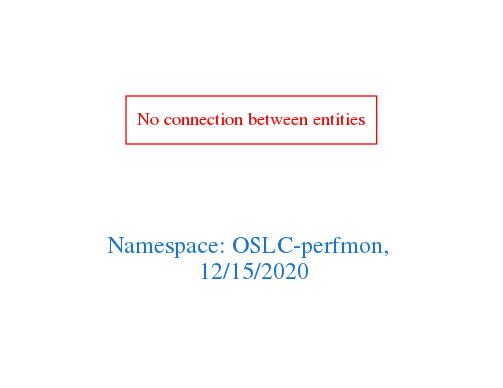
The Graphviz diagram downloads/OSLC-perfmon.png in arago/OGIT, before a commit. Its source is kept beside it as downloads/OSLC-perfmon.dot.
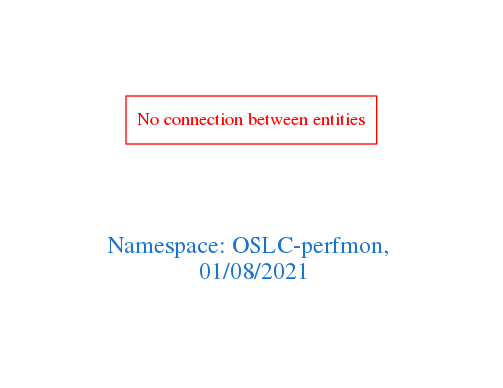
After the change.

What changed in the source:
```diff
@@ -1,7 +1,7 @@
 digraph OGIT_ontology {
  graph [ rankdir= LR,pad=1
 fontsize = 18,
-fontcolor= dodgerblue3,label = "\n\n\nNamespace: OSLC-perfmon, \n 12/15/2020"];
+fontcolor= dodgerblue3,label = "\n\n\nNamespace: OSLC-perfmon, \n 01/08/2021"];
 node[shape=polygon];
 edge [  color="gray81"];
 
```
